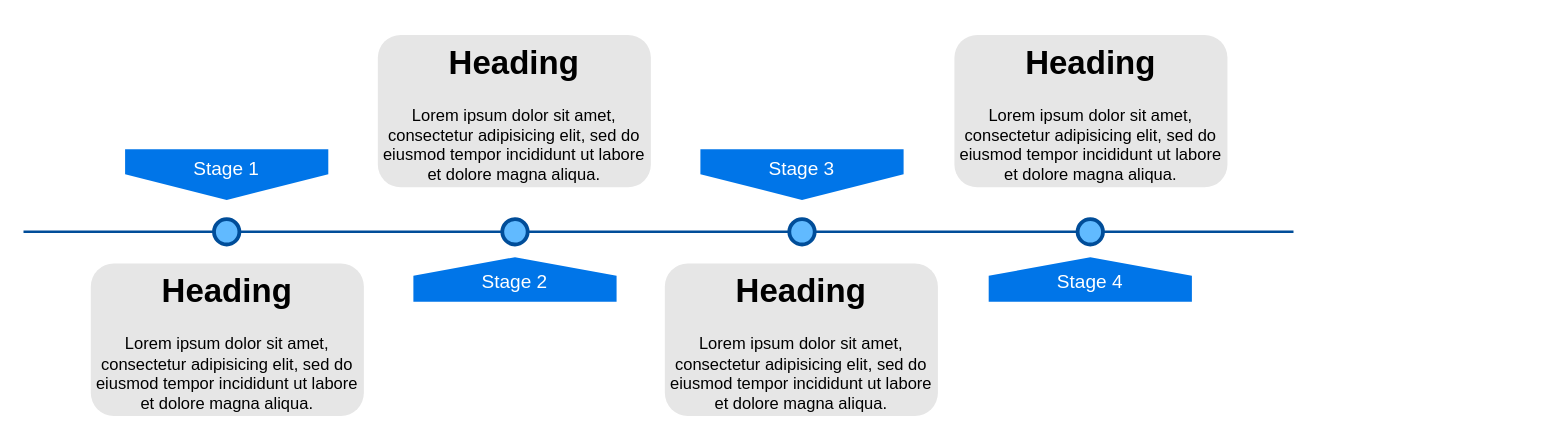
Above: 未命名绘图.drawio in pluto133/PRD (draw.io), before the change. Source tidied: cells renumbered, new cells numbered last; positions are measured from the earlier drawing's top-left corner, leaving out a move shared by most shapes. Both pictures are drawn from the tidied source at 127%, with x=0, y=0 at pixel (23, 34).
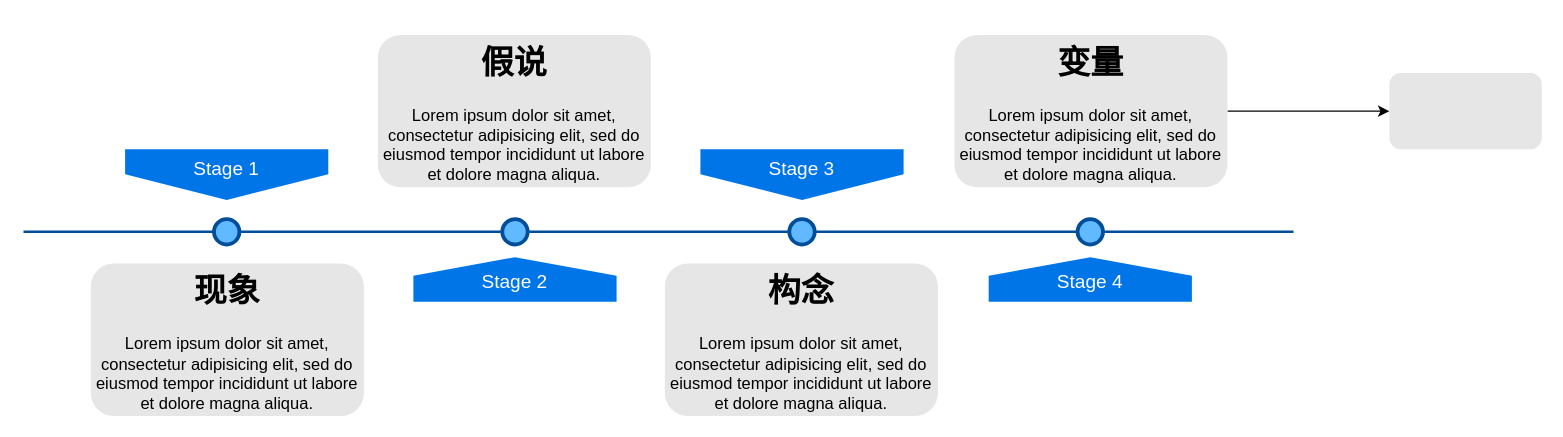
The same page after the edit.

Commit message:
Update 未命名绘图.drawio

Change to the diagram source:
```diff
@@
 <mxGraphModel>
   <root>
     <mxCell id="0" />
     <mxCell id="1" parent="0" />
     <mxCell id="2" style="line;strokeWidth=2;html=1;fillColor=none;fontSize=28;fontColor=#004D99;strokeColor=#004D99;" parent="1" vertex="1">
       <mxGeometry y="150" width="1000" height="10" as="geometry" />
     </mxCell>
     <mxCell id="3" value="Stage 1" style="shape=offPageConnector;whiteSpace=wrap;html=1;fillColor=#0075E8;fontSize=15;fontColor=#FFFFFF;size=0.5093750000000015;verticalAlign=top;strokeColor=none;" parent="1" vertex="1">
       <mxGeometry x="80" y="90" width="160" height="40" as="geometry" />
     </mxCell>
     <mxCell id="4" value="&lt;span&gt;Stage 3&lt;/span&gt;" style="shape=offPageConnector;whiteSpace=wrap;html=1;fillColor=#0075E8;fontSize=15;fontColor=#FFFFFF;size=0.5093750000000015;verticalAlign=top;strokeColor=none;" parent="1" vertex="1">
       <mxGeometry x="533" y="90" width="160" height="40" as="geometry" />
     </mxCell>
     <mxCell id="5" value="&lt;span&gt;Stage 2&lt;/span&gt;" style="shape=offPageConnector;whiteSpace=wrap;html=1;fillColor=#0075E8;fontSize=15;fontColor=#FFFFFF;size=0.4178571428571445;flipV=1;verticalAlign=bottom;strokeColor=none;spacingBottom=4;" parent="1" vertex="1">
       <mxGeometry x="307" y="175" width="160" height="35" as="geometry" />
     </mxCell>
     <mxCell id="6" value="&lt;span&gt;Stage 4&lt;/span&gt;" style="shape=offPageConnector;whiteSpace=wrap;html=1;fillColor=#0075E8;fontSize=15;fontColor=#FFFFFF;size=0.4178571428571445;flipV=1;verticalAlign=bottom;strokeColor=none;spacingBottom=4;" parent="1" vertex="1">
       <mxGeometry x="760" y="175" width="160" height="35" as="geometry" />
     </mxCell>
     <mxCell id="7" style="ellipse;whiteSpace=wrap;html=1;fillColor=#61BAFF;fontSize=28;fontColor=#004D99;strokeWidth=3;strokeColor=#004D99;" parent="1" vertex="1">
       <mxGeometry x="150" y="145" width="20" height="20" as="geometry" />
     </mxCell>
     <mxCell id="8" style="ellipse;whiteSpace=wrap;html=1;fillColor=#61BAFF;fontSize=28;fontColor=#004D99;strokeWidth=3;strokeColor=#004D99;" parent="1" vertex="1">
       <mxGeometry x="377" y="145" width="20" height="20" as="geometry" />
     </mxCell>
     <mxCell id="9" style="ellipse;whiteSpace=wrap;html=1;fillColor=#61BAFF;fontSize=28;fontColor=#004D99;strokeWidth=3;strokeColor=#004D99;" parent="1" vertex="1">
       <mxGeometry x="603" y="145" width="20" height="20" as="geometry" />
     </mxCell>
     <mxCell id="10" style="ellipse;whiteSpace=wrap;html=1;fillColor=#61BAFF;fontSize=28;fontColor=#004D99;strokeWidth=3;strokeColor=#004D99;" parent="1" vertex="1">
       <mxGeometry x="830" y="145" width="20" height="20" as="geometry" />
     </mxCell>
-    <mxCell id="11" value="&lt;h1&gt;Heading&lt;/h1&gt;&lt;p&gt;Lorem ipsum dolor sit amet, consectetur adipisicing elit, sed do eiusmod tempor incididunt ut labore et dolore magna aliqua.&lt;/p&gt;" style="text;html=1;spacing=5;spacingTop=-20;whiteSpace=wrap;overflow=hidden;strokeColor=none;strokeWidth=3;fillColor=#E6E6E6;fontSize=13;fontColor=#000000;align=center;rounded=1;" parent="1" vertex="1">
+    <mxCell id="11" value="&lt;h1&gt;现象&lt;/h1&gt;&lt;p&gt;Lorem ipsum dolor sit amet, consectetur adipisicing elit, sed do eiusmod tempor incididunt ut labore et dolore magna aliqua.&lt;/p&gt;" style="text;html=1;spacing=5;spacingTop=-20;whiteSpace=wrap;overflow=hidden;strokeColor=none;strokeWidth=3;fillColor=#E6E6E6;fontSize=13;fontColor=#000000;align=center;rounded=1;" parent="1" vertex="1">
       <mxGeometry x="53" y="180" width="215" height="120" as="geometry" />
     </mxCell>
-    <mxCell id="12" value="&lt;h1&gt;Heading&lt;/h1&gt;&lt;p&gt;Lorem ipsum dolor sit amet, consectetur adipisicing elit, sed do eiusmod tempor incididunt ut labore et dolore magna aliqua.&lt;/p&gt;" style="text;html=1;spacing=5;spacingTop=-20;whiteSpace=wrap;overflow=hidden;strokeColor=none;strokeWidth=3;fillColor=#E6E6E6;fontSize=13;fontColor=#000000;align=center;rounded=1;" parent="1" vertex="1">
+    <mxCell id="12" value="&lt;h1&gt;假说&lt;/h1&gt;&lt;p&gt;Lorem ipsum dolor sit amet, consectetur adipisicing elit, sed do eiusmod tempor incididunt ut labore et dolore magna aliqua.&lt;/p&gt;" style="text;html=1;spacing=5;spacingTop=-20;whiteSpace=wrap;overflow=hidden;strokeColor=none;strokeWidth=3;fillColor=#E6E6E6;fontSize=13;fontColor=#000000;align=center;rounded=1;" parent="1" vertex="1">
       <mxGeometry x="279" width="215" height="120" as="geometry" />
     </mxCell>
-    <mxCell id="13" value="&lt;h1&gt;Heading&lt;/h1&gt;&lt;p&gt;Lorem ipsum dolor sit amet, consectetur adipisicing elit, sed do eiusmod tempor incididunt ut labore et dolore magna aliqua.&lt;/p&gt;" style="text;html=1;spacing=5;spacingTop=-20;whiteSpace=wrap;overflow=hidden;strokeColor=none;strokeWidth=3;fillColor=#E6E6E6;fontSize=13;fontColor=#000000;align=center;rounded=1;" parent="1" vertex="1">
+    <mxCell id="13" value="&lt;h1&gt;构念&lt;/h1&gt;&lt;p&gt;Lorem ipsum dolor sit amet, consectetur adipisicing elit, sed do eiusmod tempor incididunt ut labore et dolore magna aliqua.&lt;/p&gt;" style="text;html=1;spacing=5;spacingTop=-20;whiteSpace=wrap;overflow=hidden;strokeColor=none;strokeWidth=3;fillColor=#E6E6E6;fontSize=13;fontColor=#000000;align=center;rounded=1;" parent="1" vertex="1">
       <mxGeometry x="505" y="180" width="215" height="120" as="geometry" />
     </mxCell>
+    <mxCell id="15" style="edgeStyle=orthogonalEdgeStyle;rounded=0;jettySize=auto;html=1;" parent="1" edge="1" source="14" target="16">
+      <mxGeometry relative="1" as="geometry" />
+    </mxCell>
-    <mxCell id="14" value="&lt;h1&gt;Heading&lt;/h1&gt;&lt;p&gt;Lorem ipsum dolor sit amet, consectetur adipisicing elit, sed do eiusmod tempor incididunt ut labore et dolore magna aliqua.&lt;/p&gt;" style="text;html=1;spacing=5;spacingTop=-20;whiteSpace=wrap;overflow=hidden;strokeColor=none;strokeWidth=3;fillColor=#E6E6E6;fontSize=13;fontColor=#000000;align=center;rounded=1;" parent="1" vertex="1">
+    <mxCell id="14" value="&lt;h1&gt;变量&lt;/h1&gt;&lt;p&gt;Lorem ipsum dolor sit amet, consectetur adipisicing elit, sed do eiusmod tempor incididunt ut labore et dolore magna aliqua.&lt;/p&gt;" style="text;html=1;spacing=5;spacingTop=-20;whiteSpace=wrap;overflow=hidden;strokeColor=none;strokeWidth=3;fillColor=#E6E6E6;fontSize=13;fontColor=#000000;align=center;rounded=1;" parent="1" vertex="1">
       <mxGeometry x="733" width="215" height="120" as="geometry" />
     </mxCell>
+    <mxCell id="16" style="whiteSpace=wrap;html=1;fontSize=13;verticalAlign=top;fillColor=#E6E6E6;strokeColor=none;fontColor=#000000;gradientColor=none;spacing=5;spacingTop=-20;strokeWidth=3;rounded=1;" parent="1" vertex="1">
+      <mxGeometry x="1075.5" y="30" width="120" height="60" as="geometry" />
+    </mxCell>
   </root>
 </mxGraphModel>
```
